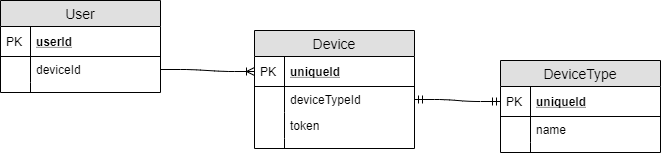
The draw.io diagram doc/db_er_model.png in OneTrackingFramework/push-notification-service, before a commit. Source tidied: cells renumbered, new cells last; positions are measured from the earlier drawing's top-left corner, leaving out a move shared by most shapes. Its diagram source:
```xml
<mxGraphModel>
  <root>
    <mxCell id="0" />
    <mxCell id="1" parent="0" />
    <mxCell id="2" value="User" style="swimlane;fontStyle=0;horizontal=1;startSize=26;fillColor=#e0e0e0;swimlaneFillColor=#ffffff;align=center;fontSize=14;" parent="1" vertex="1">
      <mxGeometry width="160" height="92" as="geometry" />
    </mxCell>
    <mxCell id="3" value="userId" style="shape=partialRectangle;top=0;left=0;right=0;bottom=1;align=left;verticalAlign=middle;fillColor=none;spacingLeft=34;spacingRight=4;overflow=hidden;fontStyle=5;fontSize=12;" parent="2" vertex="1">
      <mxGeometry y="26" width="160" height="30" as="geometry" />
    </mxCell>
    <mxCell id="4" value="PK" style="shape=partialRectangle;top=0;left=0;bottom=0;fillColor=none;align=left;verticalAlign=middle;spacingLeft=4;spacingRight=4;overflow=hidden;fontSize=12;" parent="3" vertex="1">
      <mxGeometry width="30" height="30" as="geometry" />
    </mxCell>
    <mxCell id="5" value="deviceId" style="shape=partialRectangle;top=0;left=0;right=0;bottom=0;align=left;verticalAlign=top;fillColor=none;spacingLeft=34;spacingRight=4;overflow=hidden;points=[[0,0.5],[1,0.5]];portConstraint=eastwest;fontSize=12;" parent="2" vertex="1">
      <mxGeometry y="56" width="160" height="26" as="geometry" />
    </mxCell>
    <mxCell id="6" style="shape=partialRectangle;top=0;left=0;bottom=0;fillColor=none;align=left;verticalAlign=top;spacingLeft=4;spacingRight=4;overflow=hidden;fontSize=12;" parent="5" vertex="1">
      <mxGeometry width="30" height="26" as="geometry" />
    </mxCell>
    <mxCell id="7" style="shape=partialRectangle;top=0;left=0;right=0;bottom=0;align=left;verticalAlign=top;fillColor=none;spacingLeft=34;spacingRight=4;overflow=hidden;fontSize=12;" parent="2" vertex="1">
      <mxGeometry y="82" width="160" height="10" as="geometry" />
    </mxCell>
    <mxCell id="8" style="shape=partialRectangle;top=0;left=0;bottom=0;fillColor=none;align=left;verticalAlign=top;spacingLeft=4;spacingRight=4;overflow=hidden;fontSize=12;" parent="7" vertex="1">
      <mxGeometry width="30" height="10" as="geometry" />
    </mxCell>
    <mxCell id="9" value="Device" style="swimlane;fontStyle=0;horizontal=1;startSize=26;fillColor=#e0e0e0;swimlaneFillColor=#ffffff;align=center;fontSize=14;" parent="1" vertex="1">
      <mxGeometry x="254" y="30" width="160" height="118" as="geometry" />
    </mxCell>
    <mxCell id="10" value="uniqueId" style="shape=partialRectangle;top=0;left=0;right=0;bottom=1;align=left;verticalAlign=middle;fillColor=none;spacingLeft=34;spacingRight=4;overflow=hidden;points=[[0,0.5],[1,0.5]];portConstraint=eastwest;fontStyle=5;fontSize=12;" parent="9" vertex="1">
      <mxGeometry y="26" width="160" height="30" as="geometry" />
    </mxCell>
    <mxCell id="11" value="PK" style="shape=partialRectangle;top=0;left=0;bottom=0;fillColor=none;align=left;verticalAlign=middle;spacingLeft=4;spacingRight=4;overflow=hidden;fontSize=12;" parent="10" vertex="1">
      <mxGeometry width="30" height="30" as="geometry" />
    </mxCell>
    <mxCell id="12" value="deviceTypeId" style="shape=partialRectangle;top=0;left=0;right=0;bottom=0;align=left;verticalAlign=top;fillColor=none;spacingLeft=34;spacingRight=4;overflow=hidden;points=[[0,0.5],[1,0.5]];portConstraint=eastwest;fontSize=12;" parent="9" vertex="1">
      <mxGeometry y="56" width="160" height="26" as="geometry" />
    </mxCell>
    <mxCell id="13" style="shape=partialRectangle;top=0;left=0;bottom=0;fillColor=none;align=left;verticalAlign=top;spacingLeft=4;spacingRight=4;overflow=hidden;fontSize=12;" parent="12" vertex="1">
      <mxGeometry width="30" height="26" as="geometry" />
    </mxCell>
    <mxCell id="14" value="token" style="shape=partialRectangle;top=0;left=0;right=0;bottom=0;align=left;verticalAlign=top;fillColor=none;spacingLeft=34;spacingRight=4;overflow=hidden;fontSize=12;" parent="9" vertex="1">
      <mxGeometry y="82" width="160" height="26" as="geometry" />
    </mxCell>
    <mxCell id="15" style="shape=partialRectangle;top=0;left=0;bottom=0;fillColor=none;align=left;verticalAlign=top;spacingLeft=4;spacingRight=4;overflow=hidden;fontSize=12;" parent="14" vertex="1">
      <mxGeometry width="30" height="26" as="geometry" />
    </mxCell>
    <mxCell id="16" style="shape=partialRectangle;top=0;left=0;right=0;bottom=0;align=left;verticalAlign=top;fillColor=none;spacingLeft=34;spacingRight=4;overflow=hidden;fontSize=12;" parent="9" vertex="1">
      <mxGeometry y="108" width="160" height="10" as="geometry" />
    </mxCell>
    <mxCell id="17" style="shape=partialRectangle;top=0;left=0;bottom=0;fillColor=none;align=left;verticalAlign=top;spacingLeft=4;spacingRight=4;overflow=hidden;fontSize=12;" parent="16" vertex="1">
      <mxGeometry width="30" height="10" as="geometry" />
    </mxCell>
    <mxCell id="18" style="edgeStyle=entityRelationEdgeStyle;fontSize=12;html=1;endArrow=ERoneToMany;exitX=1;exitY=0.5;exitDx=0;exitDy=0;entryX=0;entryY=0.5;entryDx=0;entryDy=0;" parent="1" edge="1" source="5" target="10">
      <mxGeometry relative="1" as="geometry" />
    </mxCell>
    <mxCell id="19" value="DeviceType" style="swimlane;fontStyle=0;horizontal=1;startSize=26;fillColor=#e0e0e0;swimlaneFillColor=#ffffff;align=center;fontSize=14;" parent="1" vertex="1">
      <mxGeometry x="500" y="60" width="160" height="92" as="geometry" />
    </mxCell>
    <mxCell id="20" value="uniqueId" style="shape=partialRectangle;top=0;left=0;right=0;bottom=1;align=left;verticalAlign=middle;fillColor=none;spacingLeft=34;spacingRight=4;overflow=hidden;points=[[0,0.5],[1,0.5]];portConstraint=eastwest;fontStyle=5;fontSize=12;" parent="19" vertex="1">
      <mxGeometry y="26" width="160" height="30" as="geometry" />
    </mxCell>
    <mxCell id="21" value="PK" style="shape=partialRectangle;top=0;left=0;bottom=0;fillColor=none;align=left;verticalAlign=middle;spacingLeft=4;spacingRight=4;overflow=hidden;fontSize=12;" parent="20" vertex="1">
      <mxGeometry width="30" height="30" as="geometry" />
    </mxCell>
    <mxCell id="22" value="name" style="shape=partialRectangle;top=0;left=0;right=0;bottom=0;align=left;verticalAlign=top;fillColor=none;spacingLeft=34;spacingRight=4;overflow=hidden;fontSize=12;" parent="19" vertex="1">
      <mxGeometry y="56" width="160" height="26" as="geometry" />
    </mxCell>
    <mxCell id="23" style="shape=partialRectangle;top=0;left=0;bottom=0;fillColor=none;align=left;verticalAlign=top;spacingLeft=4;spacingRight=4;overflow=hidden;fontSize=12;" parent="22" vertex="1">
      <mxGeometry width="30" height="26" as="geometry" />
    </mxCell>
    <mxCell id="24" style="shape=partialRectangle;top=0;left=0;right=0;bottom=0;align=left;verticalAlign=top;fillColor=none;spacingLeft=34;spacingRight=4;overflow=hidden;fontSize=12;" parent="19" vertex="1">
      <mxGeometry y="82" width="160" height="10" as="geometry" />
    </mxCell>
    <mxCell id="25" style="shape=partialRectangle;top=0;left=0;bottom=0;fillColor=none;align=left;verticalAlign=top;spacingLeft=4;spacingRight=4;overflow=hidden;fontSize=12;" parent="24" vertex="1">
      <mxGeometry width="30" height="10" as="geometry" />
    </mxCell>
    <mxCell id="26" style="edgeStyle=entityRelationEdgeStyle;fontSize=12;html=1;endArrow=ERmandOne;startArrow=ERmandOne;exitX=1;exitY=0.5;exitDx=0;exitDy=0;entryX=0;entryY=0.5;entryDx=0;entryDy=0;" parent="1" edge="1" source="12" target="20">
      <mxGeometry relative="1" as="geometry" />
    </mxCell>
  </root>
</mxGraphModel>
```
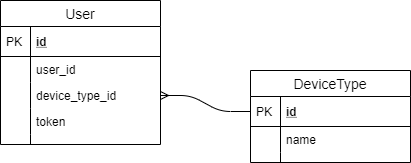
After the change.

What changed in the source:
```diff
@@ -2,80 +2,62 @@
   <root>
     <mxCell id="0" />
     <mxCell id="1" parent="0" />
+    <mxCell id="27" style="edgeStyle=entityRelationEdgeStyle;fontSize=12;html=1;endArrow=none;exitX=1;exitY=0.5;exitDx=0;exitDy=0;entryX=0;entryY=0.5;entryDx=0;entryDy=0;startArrow=ERmany;startFill=0;endFill=0;" parent="1" edge="1" source="37" target="28">
+      <mxGeometry relative="1" as="geometry" />
+    </mxCell>
+    <mxCell id="19" value="DeviceType" style="swimlane;fontStyle=0;horizontal=1;startSize=26;align=center;fontSize=14;" parent="1" vertex="1">
+      <mxGeometry x="360" y="60" width="160" height="92" as="geometry" />
+    </mxCell>
+    <mxCell id="28" value="id" style="shape=partialRectangle;top=0;left=0;right=0;bottom=1;align=left;verticalAlign=middle;fillColor=none;spacingLeft=34;spacingRight=4;overflow=hidden;points=[[0,0.5],[1,0.5]];portConstraint=eastwest;fontStyle=5;fontSize=12;" parent="19" vertex="1">
+      <mxGeometry y="26" width="160" height="30" as="geometry" />
+    </mxCell>
+    <mxCell id="29" value="PK" style="shape=partialRectangle;top=0;left=0;bottom=0;fillColor=none;align=left;verticalAlign=middle;spacingLeft=4;spacingRight=4;overflow=hidden;fontSize=12;" parent="28" vertex="1">
+      <mxGeometry width="30" height="30" as="geometry" />
+    </mxCell>
+    <mxCell id="22" value="name" style="shape=partialRectangle;top=0;left=0;right=0;bottom=0;align=left;verticalAlign=top;fillColor=none;spacingLeft=34;spacingRight=4;overflow=hidden;fontSize=12;" parent="19" vertex="1">
+      <mxGeometry y="56" width="160" height="26" as="geometry" />
+    </mxCell>
+    <mxCell id="30" style="shape=partialRectangle;top=0;left=0;bottom=0;fillColor=none;align=left;verticalAlign=top;spacingLeft=4;spacingRight=4;overflow=hidden;fontSize=12;" parent="22" vertex="1">
+      <mxGeometry width="30" height="26" as="geometry" />
+    </mxCell>
+    <mxCell id="31" style="shape=partialRectangle;top=0;left=0;right=0;bottom=0;align=left;verticalAlign=top;fillColor=none;spacingLeft=34;spacingRight=4;overflow=hidden;fontSize=12;" parent="19" vertex="1">
+      <mxGeometry y="82" width="160" height="10" as="geometry" />
+    </mxCell>
+    <mxCell id="32" style="shape=partialRectangle;top=0;left=0;bottom=0;fillColor=none;align=left;verticalAlign=top;spacingLeft=4;spacingRight=4;overflow=hidden;fontSize=12;" parent="31" vertex="1">
+      <mxGeometry width="30" height="10" as="geometry" />
+    </mxCell>
-    <mxCell id="2" value="User" style="swimlane;fontStyle=0;horizontal=1;startSize=26;fillColor=#e0e0e0;swimlaneFillColor=#ffffff;align=center;fontSize=14;" parent="1" vertex="1">
-      <mxGeometry width="160" height="92" as="geometry" />
+    <mxCell id="2" value="User" style="swimlane;fontStyle=0;horizontal=1;startSize=26;align=center;fontSize=14;" parent="1" vertex="1">
+      <mxGeometry x="110" y="-10" width="160" height="144" as="geometry" />
     </mxCell>
-    <mxCell id="3" value="userId" style="shape=partialRectangle;top=0;left=0;right=0;bottom=1;align=left;verticalAlign=middle;fillColor=none;spacingLeft=34;spacingRight=4;overflow=hidden;fontStyle=5;fontSize=12;" parent="2" vertex="1">
-      <mxGeometry y="26" width="160" height="30" as="geometry" />
-    </mxCell>
-    <mxCell id="4" value="PK" style="shape=partialRectangle;top=0;left=0;bottom=0;fillColor=none;align=left;verticalAlign=middle;spacingLeft=4;spacingRight=4;overflow=hidden;fontSize=12;" parent="3" vertex="1">
-      <mxGeometry width="30" height="30" as="geometry" />
-    </mxCell>
-    <mxCell id="5" value="deviceId" style="shape=partialRectangle;top=0;left=0;right=0;bottom=0;align=left;verticalAlign=top;fillColor=none;spacingLeft=34;spacingRight=4;overflow=hidden;points=[[0,0.5],[1,0.5]];portConstraint=eastwest;fontSize=12;" parent="2" vertex="1">
-      <mxGeometry y="56" width="160" height="26" as="geometry" />
-    </mxCell>
-    <mxCell id="6" style="shape=partialRectangle;top=0;left=0;bottom=0;fillColor=none;align=left;verticalAlign=top;spacingLeft=4;spacingRight=4;overflow=hidden;fontSize=12;" parent="5" vertex="1">
-      <mxGeometry width="30" height="26" as="geometry" />
-    </mxCell>
-    <mxCell id="7" style="shape=partialRectangle;top=0;left=0;right=0;bottom=0;align=left;verticalAlign=top;fillColor=none;spacingLeft=34;spacingRight=4;overflow=hidden;fontSize=12;" parent="2" vertex="1">
-      <mxGeometry y="82" width="160" height="10" as="geometry" />
-    </mxCell>
-    <mxCell id="8" style="shape=partialRectangle;top=0;left=0;bottom=0;fillColor=none;align=left;verticalAlign=top;spacingLeft=4;spacingRight=4;overflow=hidden;fontSize=12;" parent="7" vertex="1">
-      <mxGeometry width="30" height="10" as="geometry" />
-    </mxCell>
-    <mxCell id="9" value="Device" style="swimlane;fontStyle=0;horizontal=1;startSize=26;fillColor=#e0e0e0;swimlaneFillColor=#ffffff;align=center;fontSize=14;" parent="1" vertex="1">
-      <mxGeometry x="254" y="30" width="160" height="118" as="geometry" />
-    </mxCell>
-    <mxCell id="10" value="uniqueId" style="shape=partialRectangle;top=0;left=0;right=0;bottom=1;align=left;verticalAlign=middle;fillColor=none;spacingLeft=34;spacingRight=4;overflow=hidden;points=[[0,0.5],[1,0.5]];portConstraint=eastwest;fontStyle=5;fontSize=12;" parent="9" vertex="1">
-      <mxGeometry y="26" width="160" height="30" as="geometry" />
-    </mxCell>
-    <mxCell id="11" value="PK" style="shape=partialRectangle;top=0;left=0;bottom=0;fillColor=none;align=left;verticalAlign=middle;spacingLeft=4;spacingRight=4;overflow=hidden;fontSize=12;" parent="10" vertex="1">
-      <mxGeometry width="30" height="30" as="geometry" />
-    </mxCell>
-    <mxCell id="12" value="deviceTypeId" style="shape=partialRectangle;top=0;left=0;right=0;bottom=0;align=left;verticalAlign=top;fillColor=none;spacingLeft=34;spacingRight=4;overflow=hidden;points=[[0,0.5],[1,0.5]];portConstraint=eastwest;fontSize=12;" parent="9" vertex="1">
-      <mxGeometry y="56" width="160" height="26" as="geometry" />
-    </mxCell>
-    <mxCell id="13" style="shape=partialRectangle;top=0;left=0;bottom=0;fillColor=none;align=left;verticalAlign=top;spacingLeft=4;spacingRight=4;overflow=hidden;fontSize=12;" parent="12" vertex="1">
-      <mxGeometry width="30" height="26" as="geometry" />
-    </mxCell>
+    <mxCell id="33" value="id" style="shape=partialRectangle;top=0;left=0;right=0;bottom=1;align=left;verticalAlign=middle;fillColor=none;spacingLeft=34;spacingRight=4;overflow=hidden;fontStyle=5;fontSize=12;" parent="2" vertex="1">
+      <mxGeometry y="26" width="160" height="30" as="geometry" />
+    </mxCell>
+    <mxCell id="34" value="PK" style="shape=partialRectangle;top=0;left=0;bottom=0;fillColor=none;align=left;verticalAlign=middle;spacingLeft=4;spacingRight=4;overflow=hidden;fontSize=12;" parent="33" vertex="1">
+      <mxGeometry width="30" height="30" as="geometry" />
+    </mxCell>
+    <mxCell id="35" value="user_id" style="shape=partialRectangle;top=0;left=0;right=0;bottom=0;align=left;verticalAlign=top;fillColor=none;spacingLeft=34;spacingRight=4;overflow=hidden;fontSize=12;" parent="2" vertex="1">
+      <mxGeometry y="56" width="160" height="26" as="geometry" />
+    </mxCell>
+    <mxCell id="36" style="shape=partialRectangle;top=0;left=0;bottom=0;fillColor=none;align=left;verticalAlign=top;spacingLeft=4;spacingRight=4;overflow=hidden;fontSize=12;" parent="35" vertex="1">
+      <mxGeometry width="30" height="26" as="geometry" />
+    </mxCell>
+    <mxCell id="37" value="device_type_id" style="shape=partialRectangle;top=0;left=0;right=0;bottom=0;align=left;verticalAlign=top;fillColor=none;spacingLeft=34;spacingRight=4;overflow=hidden;points=[[0,0.5],[1,0.5]];portConstraint=eastwest;fontSize=12;" parent="2" vertex="1">
+      <mxGeometry y="82" width="160" height="26" as="geometry" />
+    </mxCell>
+    <mxCell id="38" style="shape=partialRectangle;top=0;left=0;bottom=0;fillColor=none;align=left;verticalAlign=top;spacingLeft=4;spacingRight=4;overflow=hidden;fontSize=12;" parent="37" vertex="1">
+      <mxGeometry width="30" height="26" as="geometry" />
+    </mxCell>
-    <mxCell id="14" value="token" style="shape=partialRectangle;top=0;left=0;right=0;bottom=0;align=left;verticalAlign=top;fillColor=none;spacingLeft=34;spacingRight=4;overflow=hidden;fontSize=12;" parent="9" vertex="1">
-      <mxGeometry y="82" width="160" height="26" as="geometry" />
+    <mxCell id="14" value="token" style="shape=partialRectangle;top=0;left=0;right=0;bottom=0;align=left;verticalAlign=top;fillColor=none;spacingLeft=34;spacingRight=4;overflow=hidden;fontSize=12;" parent="2" vertex="1">
+      <mxGeometry y="108" width="160" height="26" as="geometry" />
     </mxCell>
-    <mxCell id="15" style="shape=partialRectangle;top=0;left=0;bottom=0;fillColor=none;align=left;verticalAlign=top;spacingLeft=4;spacingRight=4;overflow=hidden;fontSize=12;" parent="14" vertex="1">
-      <mxGeometry width="30" height="26" as="geometry" />
-    </mxCell>
-    <mxCell id="16" style="shape=partialRectangle;top=0;left=0;right=0;bottom=0;align=left;verticalAlign=top;fillColor=none;spacingLeft=34;spacingRight=4;overflow=hidden;fontSize=12;" parent="9" vertex="1">
-      <mxGeometry y="108" width="160" height="10" as="geometry" />
-    </mxCell>
-    <mxCell id="17" style="shape=partialRectangle;top=0;left=0;bottom=0;fillColor=none;align=left;verticalAlign=top;spacingLeft=4;spacingRight=4;overflow=hidden;fontSize=12;" parent="16" vertex="1">
-      <mxGeometry width="30" height="10" as="geometry" />
-    </mxCell>
-    <mxCell id="18" style="edgeStyle=entityRelationEdgeStyle;fontSize=12;html=1;endArrow=ERoneToMany;exitX=1;exitY=0.5;exitDx=0;exitDy=0;entryX=0;entryY=0.5;entryDx=0;entryDy=0;" parent="1" edge="1" source="5" target="10">
-      <mxGeometry relative="1" as="geometry" />
-    </mxCell>
-    <mxCell id="19" value="DeviceType" style="swimlane;fontStyle=0;horizontal=1;startSize=26;fillColor=#e0e0e0;swimlaneFillColor=#ffffff;align=center;fontSize=14;" parent="1" vertex="1">
-      <mxGeometry x="500" y="60" width="160" height="92" as="geometry" />
-    </mxCell>
-    <mxCell id="20" value="uniqueId" style="shape=partialRectangle;top=0;left=0;right=0;bottom=1;align=left;verticalAlign=middle;fillColor=none;spacingLeft=34;spacingRight=4;overflow=hidden;points=[[0,0.5],[1,0.5]];portConstraint=eastwest;fontStyle=5;fontSize=12;" parent="19" vertex="1">
-      <mxGeometry y="26" width="160" height="30" as="geometry" />
-    </mxCell>
-    <mxCell id="21" value="PK" style="shape=partialRectangle;top=0;left=0;bottom=0;fillColor=none;align=left;verticalAlign=middle;spacingLeft=4;spacingRight=4;overflow=hidden;fontSize=12;" parent="20" vertex="1">
-      <mxGeometry width="30" height="30" as="geometry" />
-    </mxCell>
-    <mxCell id="22" value="name" style="shape=partialRectangle;top=0;left=0;right=0;bottom=0;align=left;verticalAlign=top;fillColor=none;spacingLeft=34;spacingRight=4;overflow=hidden;fontSize=12;" parent="19" vertex="1">
-      <mxGeometry y="56" width="160" height="26" as="geometry" />
-    </mxCell>
-    <mxCell id="23" style="shape=partialRectangle;top=0;left=0;bottom=0;fillColor=none;align=left;verticalAlign=top;spacingLeft=4;spacingRight=4;overflow=hidden;fontSize=12;" parent="22" vertex="1">
-      <mxGeometry width="30" height="26" as="geometry" />
-    </mxCell>
-    <mxCell id="24" style="shape=partialRectangle;top=0;left=0;right=0;bottom=0;align=left;verticalAlign=top;fillColor=none;spacingLeft=34;spacingRight=4;overflow=hidden;fontSize=12;" parent="19" vertex="1">
-      <mxGeometry y="82" width="160" height="10" as="geometry" />
-    </mxCell>
-    <mxCell id="25" style="shape=partialRectangle;top=0;left=0;bottom=0;fillColor=none;align=left;verticalAlign=top;spacingLeft=4;spacingRight=4;overflow=hidden;fontSize=12;" parent="24" vertex="1">
-      <mxGeometry width="30" height="10" as="geometry" />
-    </mxCell>
-    <mxCell id="26" style="edgeStyle=entityRelationEdgeStyle;fontSize=12;html=1;endArrow=ERmandOne;startArrow=ERmandOne;exitX=1;exitY=0.5;exitDx=0;exitDy=0;entryX=0;entryY=0.5;entryDx=0;entryDy=0;" parent="1" edge="1" source="12" target="20">
-      <mxGeometry relative="1" as="geometry" />
-    </mxCell>
+    <mxCell id="39" style="shape=partialRectangle;top=0;left=0;bottom=0;fillColor=none;align=left;verticalAlign=top;spacingLeft=4;spacingRight=4;overflow=hidden;fontSize=12;" parent="14" vertex="1">
+      <mxGeometry width="30" height="26" as="geometry" />
+    </mxCell>
+    <mxCell id="40" style="shape=partialRectangle;top=0;left=0;right=0;bottom=0;align=left;verticalAlign=top;fillColor=none;spacingLeft=34;spacingRight=4;overflow=hidden;fontSize=12;" parent="2" vertex="1">
+      <mxGeometry y="134" width="160" height="10" as="geometry" />
+    </mxCell>
+    <mxCell id="41" style="shape=partialRectangle;top=0;left=0;bottom=0;fillColor=none;align=left;verticalAlign=top;spacingLeft=4;spacingRight=4;overflow=hidden;fontSize=12;" parent="40" vertex="1">
+      <mxGeometry width="30" height="10" as="geometry" />
+    </mxCell>
   </root>
 </mxGraphModel>
```
